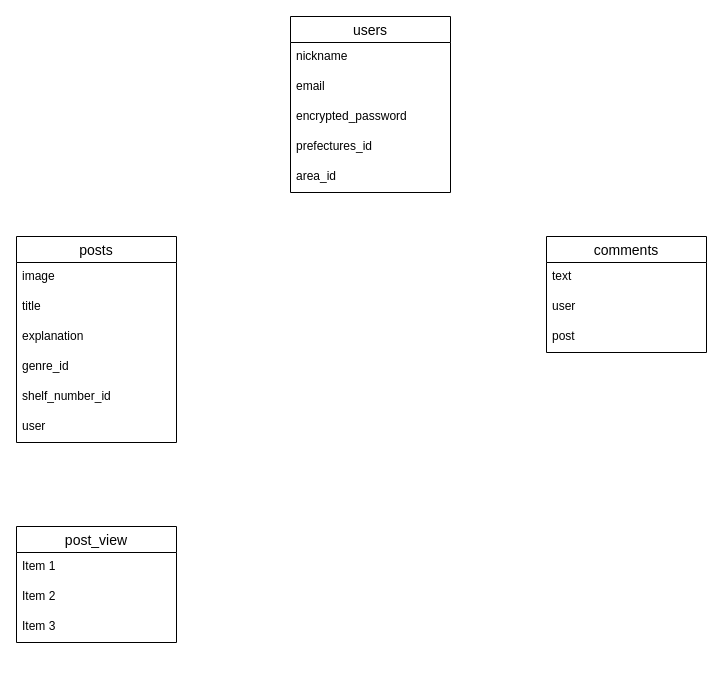
This is er.dio from hiroya-takatsuchi/snap_shelf, a draw.io file, before an edit. Source tidied: cells renumbered, new cells numbered last; positions are measured from the earlier drawing's top-left corner, leaving out a move shared by most shapes. Both pictures are drawn from the tidied source at 100%, with x=0, y=0 at pixel (16, 16).
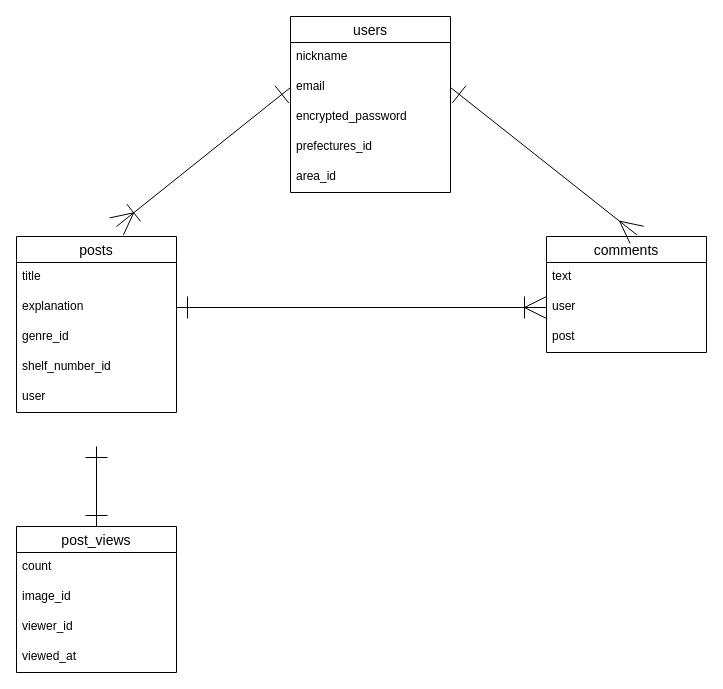
The same page after the edit.

Commit message (it also covers changes not shown here):
er図、readmeの作成

Unchanged cells that the change refers to:
```xml
<mxCell id="2" value="users" style="swimlane;fontStyle=0;horizontal=1;startSize=26;align=center;fontSize=14;" parent="1" vertex="1">
  <mxGeometry x="274" width="160" height="176" as="geometry" />
</mxCell>
<mxCell id="4" value="email" style="text;strokeColor=none;fillColor=none;spacingLeft=4;spacingRight=4;overflow=hidden;points=[[0,0.5],[1,0.5]];portConstraint=eastwest;fontSize=12;" parent="2" vertex="1">
  <mxGeometry y="56" width="160" height="30" as="geometry" />
</mxCell>
<mxCell id="15" value="comments" style="swimlane;fontStyle=0;horizontal=1;startSize=26;align=center;fontSize=14;" parent="1" vertex="1">
  <mxGeometry x="530" y="220" width="160" height="116" as="geometry" />
</mxCell>
<mxCell id="17" value="user" style="text;strokeColor=none;fillColor=none;spacingLeft=4;spacingRight=4;overflow=hidden;points=[[0,0.5],[1,0.5]];portConstraint=eastwest;fontSize=12;" parent="15" vertex="1">
  <mxGeometry y="56" width="160" height="30" as="geometry" />
</mxCell>
```

Change to the diagram source:
```diff
@@
-    <mxCell id="5" value="encrypted_password" style="text;strokeColor=none;fillColor=none;spacingLeft=4;spacingRight=4;overflow=hidden;fontSize=12;" parent="2" vertex="1">
+    <mxCell id="5" value="encrypted_password" style="text;strokeColor=none;fillColor=none;spacingLeft=4;spacingRight=4;overflow=hidden;fontSize=12;strokeWidth=20;perimeterSpacing=20;" parent="2" vertex="1">
       <mxGeometry y="86" width="160" height="30" as="geometry" />
     </mxCell>
@@
     <mxCell id="8" value="posts" style="swimlane;fontStyle=0;horizontal=1;startSize=26;align=center;fontSize=14;" parent="1" vertex="1">
-      <mxGeometry y="220" width="160" height="206" as="geometry" />
+      <mxGeometry y="220" width="160" height="176" as="geometry" />
     </mxCell>
-    <mxCell id="9" value="image" style="text;strokeColor=none;fillColor=none;spacingLeft=4;spacingRight=4;overflow=hidden;fontSize=12;" parent="8" vertex="1">
-      <mxGeometry y="26" width="160" height="30" as="geometry" />
-    </mxCell>
     <mxCell id="10" value="title" style="text;strokeColor=none;fillColor=none;spacingLeft=4;spacingRight=4;overflow=hidden;fontSize=12;" parent="8" vertex="1">
-      <mxGeometry y="56" width="160" height="30" as="geometry" />
+      <mxGeometry y="26" width="160" height="30" as="geometry" />
     </mxCell>
     <mxCell id="11" value="explanation" style="text;strokeColor=none;fillColor=none;spacingLeft=4;spacingRight=4;overflow=hidden;points=[[0,0.5],[1,0.5]];portConstraint=eastwest;fontSize=12;" parent="8" vertex="1">
-      <mxGeometry y="86" width="160" height="30" as="geometry" />
+      <mxGeometry y="56" width="160" height="30" as="geometry" />
     </mxCell>
     <mxCell id="12" value="genre_id" style="text;strokeColor=none;fillColor=none;spacingLeft=4;spacingRight=4;overflow=hidden;fontSize=12;" parent="8" vertex="1">
-      <mxGeometry y="116" width="160" height="30" as="geometry" />
+      <mxGeometry y="86" width="160" height="30" as="geometry" />
     </mxCell>
     <mxCell id="13" value="shelf_number_id" style="text;strokeColor=none;fillColor=none;spacingLeft=4;spacingRight=4;overflow=hidden;fontSize=12;" parent="8" vertex="1">
-      <mxGeometry y="146" width="160" height="30" as="geometry" />
+      <mxGeometry y="116" width="160" height="30" as="geometry" />
     </mxCell>
     <mxCell id="14" value="user" style="text;strokeColor=none;fillColor=none;spacingLeft=4;spacingRight=4;overflow=hidden;fontSize=12;" parent="8" vertex="1">
-      <mxGeometry y="176" width="160" height="30" as="geometry" />
+      <mxGeometry y="146" width="160" height="30" as="geometry" />
     </mxCell>
@@
+    <mxCell id="23" style="edgeStyle=none;html=1;exitX=0.5;exitY=0;exitDx=0;exitDy=0;startArrow=ERone;startFill=0;endArrow=ERone;endFill=0;startSize=20;endSize=20;" parent="1" edge="1" source="19">
+      <mxGeometry relative="1" as="geometry">
+        <mxPoint x="80" y="430" as="targetPoint" />
+      </mxGeometry>
+    </mxCell>
-    <mxCell id="19" value="post_view" style="swimlane;fontStyle=0;horizontal=1;startSize=26;align=center;fontSize=14;" parent="1" vertex="1">
-      <mxGeometry y="510" width="160" height="116" as="geometry" />
+    <mxCell id="19" value="post_views" style="swimlane;fontStyle=0;horizontal=1;startSize=26;align=center;fontSize=14;" parent="1" vertex="1">
+      <mxGeometry y="510" width="160" height="146" as="geometry" />
     </mxCell>
-    <mxCell id="20" value="Item 1" style="text;strokeColor=none;fillColor=none;spacingLeft=4;spacingRight=4;overflow=hidden;fontSize=12;" parent="19" vertex="1">
+    <mxCell id="20" value="count" style="text;strokeColor=none;fillColor=none;spacingLeft=4;spacingRight=4;overflow=hidden;fontSize=12;" parent="19" vertex="1">
       <mxGeometry y="26" width="160" height="30" as="geometry" />
     </mxCell>
-    <mxCell id="21" value="Item 2" style="text;strokeColor=none;fillColor=none;spacingLeft=4;spacingRight=4;overflow=hidden;fontSize=12;" parent="19" vertex="1">
+    <mxCell id="21" value="image_id" style="text;strokeColor=none;fillColor=none;spacingLeft=4;spacingRight=4;overflow=hidden;fontSize=12;" parent="19" vertex="1">
       <mxGeometry y="56" width="160" height="30" as="geometry" />
     </mxCell>
-    <mxCell id="22" value="Item 3" style="text;strokeColor=none;fillColor=none;spacingLeft=4;spacingRight=4;overflow=hidden;fontSize=12;" parent="19" vertex="1">
+    <mxCell id="22" value="viewer_id" style="text;strokeColor=none;fillColor=none;spacingLeft=4;spacingRight=4;overflow=hidden;fontSize=12;" parent="19" vertex="1">
       <mxGeometry y="86" width="160" height="30" as="geometry" />
     </mxCell>
+    <mxCell id="24" value="viewed_at" style="text;strokeColor=none;fillColor=none;spacingLeft=4;spacingRight=4;overflow=hidden;fontSize=12;" parent="19" vertex="1">
+      <mxGeometry y="116" width="160" height="30" as="geometry" />
+    </mxCell>
+    <mxCell id="25" style="edgeStyle=none;html=1;exitX=1;exitY=0.5;exitDx=0;exitDy=0;entryX=0.565;entryY=-0.014;entryDx=0;entryDy=0;entryPerimeter=0;endSize=20;startSize=20;startArrow=ERone;startFill=0;endArrow=ERmany;endFill=0;" parent="1" edge="1" source="4" target="15">
+      <mxGeometry relative="1" as="geometry" />
+    </mxCell>
+    <mxCell id="26" style="edgeStyle=none;html=1;exitX=0;exitY=0.5;exitDx=0;exitDy=0;startArrow=ERone;startFill=0;endArrow=ERoneToMany;endFill=0;startSize=20;endSize=20;" parent="1" edge="1" source="4">
+      <mxGeometry relative="1" as="geometry">
+        <mxPoint x="100" y="210" as="targetPoint" />
+      </mxGeometry>
+    </mxCell>
+    <mxCell id="27" style="edgeStyle=none;html=1;exitX=1;exitY=0.5;exitDx=0;exitDy=0;startArrow=ERone;startFill=0;endArrow=ERoneToMany;endFill=0;startSize=20;endSize=20;" parent="1" edge="1" source="11" target="17">
+      <mxGeometry relative="1" as="geometry" />
+    </mxCell>
```
